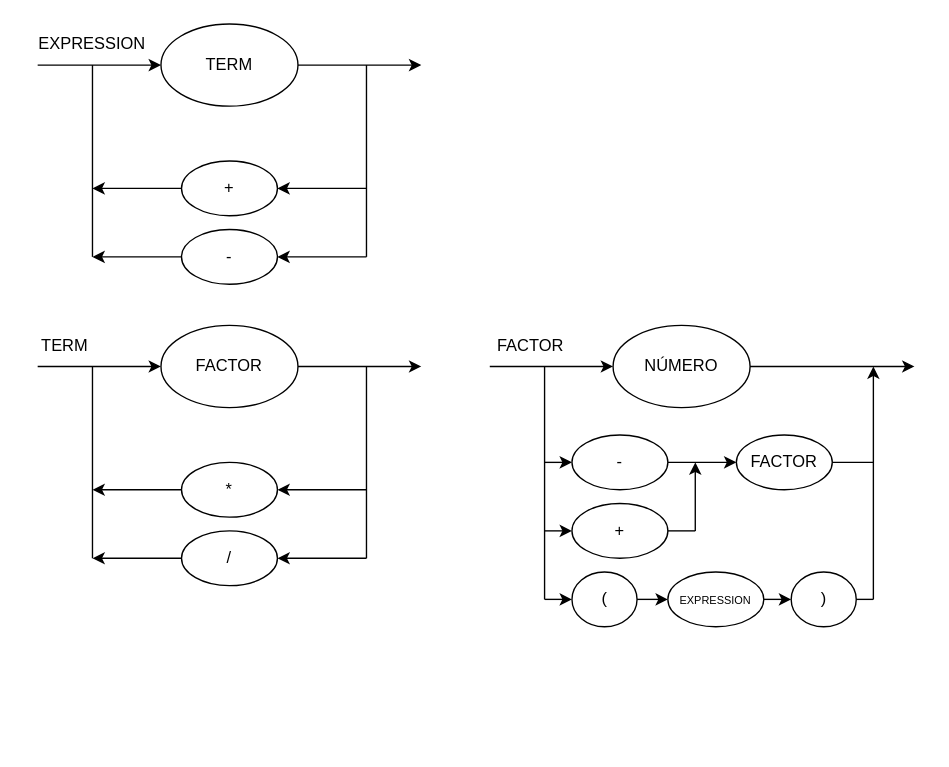
guishas/compilador-logcomp keeps this draw.io diagram as diagrama.drawio. Above is the earlier version. Source tidied: cells renumbered, new cells numbered last; positions are measured from the earlier drawing's top-left corner, leaving out a move shared by most shapes. Both pictures are drawn from the tidied source at 137%, with x=0, y=0 at pixel (23, 23).
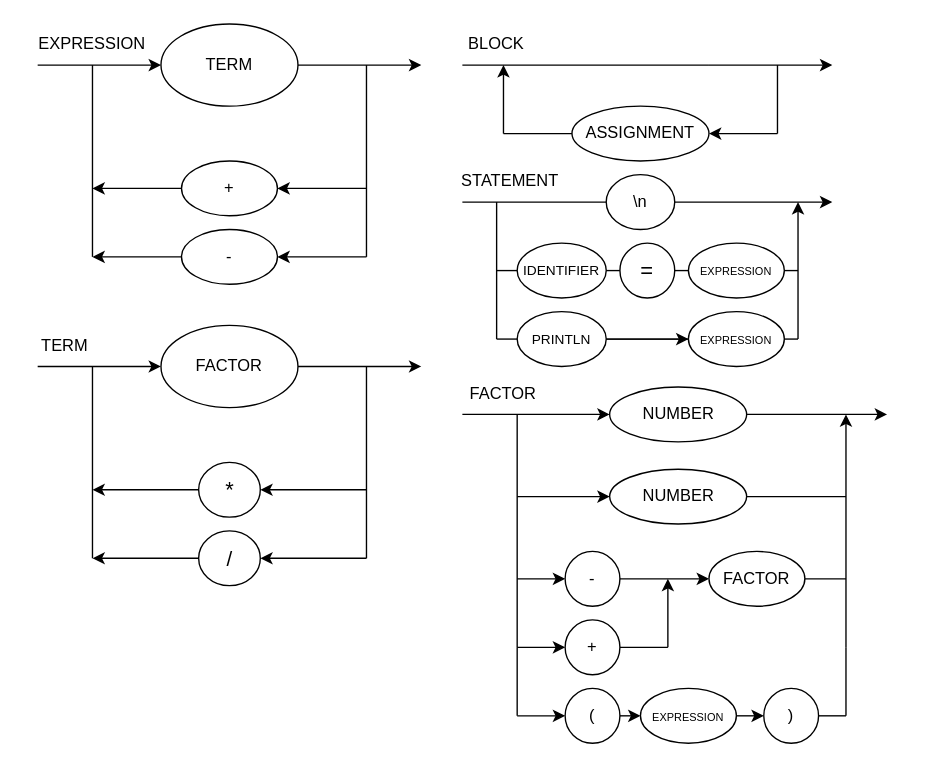
Above is the later version.

The edit, as a diff of the source:
```diff
@@
-    <mxCell id="16" value="*" style="ellipse;whiteSpace=wrap;html=1;" parent="1" vertex="1">
-      <mxGeometry x="115" y="320" width="70" height="40" as="geometry" />
+    <mxCell id="16" value="&lt;font style=&quot;font-size: 16px;&quot;&gt;*&lt;/font&gt;" style="ellipse;whiteSpace=wrap;html=1;" parent="1" vertex="1">
+      <mxGeometry x="127.5" y="320" width="45" height="40" as="geometry" />
     </mxCell>
@@
-    <mxCell id="18" value="/" style="ellipse;whiteSpace=wrap;html=1;" parent="1" vertex="1">
-      <mxGeometry x="115" y="370" width="70" height="40" as="geometry" />
+    <mxCell id="18" value="&lt;font style=&quot;font-size: 15px;&quot;&gt;/&lt;/font&gt;" style="ellipse;whiteSpace=wrap;html=1;" parent="1" vertex="1">
+      <mxGeometry x="127.5" y="370" width="45" height="40" as="geometry" />
     </mxCell>
@@
-    <mxCell id="26" value="NÚMERO" style="ellipse;whiteSpace=wrap;html=1;" parent="1" vertex="1">
-      <mxGeometry x="430" y="220" width="100" height="60" as="geometry" />
+    <mxCell id="26" value="NUMBER" style="ellipse;whiteSpace=wrap;html=1;" parent="1" vertex="1">
+      <mxGeometry x="427.5" y="265" width="100" height="40" as="geometry" />
     </mxCell>
     <mxCell id="27" style="endArrow=classic;html=1;rounded=0;exitX=1;exitY=0.5;exitDx=0;exitDy=0;" parent="1" edge="1" source="26">
       <mxGeometry relative="1" as="geometry">
-        <mxPoint x="650" y="250" as="targetPoint" />
+        <mxPoint x="630" y="285" as="targetPoint" />
       </mxGeometry>
     </mxCell>
     <mxCell id="28" style="endArrow=classic;html=1;rounded=0;entryX=0;entryY=0.5;entryDx=0;entryDy=0;" parent="1" edge="1" target="26">
       <mxGeometry relative="1" as="geometry">
-        <mxPoint x="340" y="250" as="sourcePoint" />
+        <mxPoint x="320" y="285" as="sourcePoint" />
       </mxGeometry>
     </mxCell>
     <mxCell id="29" style="endArrow=none;html=1;rounded=0;" parent="1" edge="1">
       <mxGeometry relative="1" as="geometry">
-        <mxPoint x="380" y="420" as="sourcePoint" />
-        <mxPoint x="380" y="250" as="targetPoint" />
+        <mxPoint x="360" y="455" as="sourcePoint" />
+        <mxPoint x="360" y="285" as="targetPoint" />
       </mxGeometry>
     </mxCell>
     <mxCell id="30" value="FACTOR" style="text;html=1;strokeColor=none;fillColor=none;align=center;verticalAlign=middle;whiteSpace=wrap;rounded=0;" parent="1" vertex="1">
-      <mxGeometry x="340" y="220" width="60" height="30" as="geometry" />
+      <mxGeometry x="320" y="255" width="60" height="30" as="geometry" />
     </mxCell>
     <mxCell id="31" value="-" style="ellipse;whiteSpace=wrap;html=1;" parent="1" vertex="1">
-      <mxGeometry x="400" y="300" width="70" height="40" as="geometry" />
+      <mxGeometry x="395" y="385" width="40" height="40" as="geometry" />
     </mxCell>
     <mxCell id="32" value="+" style="ellipse;whiteSpace=wrap;html=1;" parent="1" vertex="1">
-      <mxGeometry x="400" y="350" width="70" height="40" as="geometry" />
+      <mxGeometry x="395" y="435" width="40" height="40" as="geometry" />
     </mxCell>
     <mxCell id="33" style="endArrow=classic;html=1;rounded=0;entryX=0;entryY=0.5;entryDx=0;entryDy=0;" parent="1" edge="1" target="31">
       <mxGeometry relative="1" as="geometry">
-        <mxPoint x="380" y="320" as="sourcePoint" />
+        <mxPoint x="360" y="405" as="sourcePoint" />
       </mxGeometry>
     </mxCell>
     <mxCell id="34" style="endArrow=classic;html=1;rounded=0;entryX=0;entryY=0.5;entryDx=0;entryDy=0;" parent="1" edge="1" target="32">
       <mxGeometry relative="1" as="geometry">
-        <mxPoint x="380" y="370" as="sourcePoint" />
+        <mxPoint x="360" y="455" as="sourcePoint" />
       </mxGeometry>
     </mxCell>
     <mxCell id="35" style="endArrow=classic;html=1;rounded=0;exitX=1;exitY=0.5;exitDx=0;exitDy=0;" parent="1" edge="1" source="31">
       <mxGeometry relative="1" as="geometry">
-        <mxPoint x="520" y="320" as="targetPoint" />
+        <mxPoint x="500" y="405" as="targetPoint" />
       </mxGeometry>
     </mxCell>
     <mxCell id="36" style="endArrow=none;html=1;rounded=0;entryX=1;entryY=0.5;entryDx=0;entryDy=0;" parent="1" edge="1" target="32">
       <mxGeometry relative="1" as="geometry">
-        <mxPoint x="490" y="370" as="sourcePoint" />
+        <mxPoint x="470" y="455" as="sourcePoint" />
       </mxGeometry>
     </mxCell>
     <mxCell id="37" style="endArrow=classic;html=1;rounded=0;" parent="1" edge="1">
       <mxGeometry relative="1" as="geometry">
-        <mxPoint x="490" y="370" as="sourcePoint" />
-        <mxPoint x="490" y="320" as="targetPoint" />
+        <mxPoint x="470" y="455" as="sourcePoint" />
+        <mxPoint x="470" y="405" as="targetPoint" />
       </mxGeometry>
     </mxCell>
     <mxCell id="38" value="FACTOR" style="ellipse;whiteSpace=wrap;html=1;" parent="1" vertex="1">
-      <mxGeometry x="520" y="300" width="70" height="40" as="geometry" />
+      <mxGeometry x="500" y="385" width="70" height="40" as="geometry" />
     </mxCell>
     <mxCell id="39" style="endArrow=none;html=1;rounded=0;entryX=1;entryY=0.5;entryDx=0;entryDy=0;" parent="1" edge="1" target="38">
       <mxGeometry relative="1" as="geometry">
-        <mxPoint x="620" y="320" as="sourcePoint" />
+        <mxPoint x="600" y="405" as="sourcePoint" />
       </mxGeometry>
     </mxCell>
     <mxCell id="40" value="(" style="ellipse;whiteSpace=wrap;html=1;" parent="1" vertex="1">
-      <mxGeometry x="400" y="400" width="47.5" height="40" as="geometry" />
+      <mxGeometry x="395" y="485" width="40" height="40" as="geometry" />
     </mxCell>
     <mxCell id="41" style="endArrow=classic;html=1;rounded=0;entryX=0;entryY=0.5;entryDx=0;entryDy=0;" parent="1" edge="1" target="40">
       <mxGeometry relative="1" as="geometry">
-        <mxPoint x="380" y="420" as="sourcePoint" />
+        <mxPoint x="360" y="505" as="sourcePoint" />
       </mxGeometry>
     </mxCell>
@@
     <mxCell id="43" value="&lt;font style=&quot;font-size: 8px;&quot;&gt;EXPRESSION&lt;/font&gt;" style="ellipse;whiteSpace=wrap;html=1;" parent="1" vertex="1">
-      <mxGeometry x="470" y="400" width="70" height="40" as="geometry" />
+      <mxGeometry x="450" y="485" width="70" height="40" as="geometry" />
     </mxCell>
@@
     <mxCell id="45" value=")" style="ellipse;whiteSpace=wrap;html=1;" parent="1" vertex="1">
-      <mxGeometry x="560" y="400" width="47.5" height="40" as="geometry" />
+      <mxGeometry x="540" y="485" width="40" height="40" as="geometry" />
     </mxCell>
     <mxCell id="46" style="endArrow=none;html=1;rounded=0;entryX=1;entryY=0.5;entryDx=0;entryDy=0;" parent="1" edge="1" target="45">
       <mxGeometry relative="1" as="geometry">
-        <mxPoint x="620" y="420" as="sourcePoint" />
+        <mxPoint x="600" y="505" as="sourcePoint" />
       </mxGeometry>
     </mxCell>
     <mxCell id="47" style="endArrow=classic;html=1;rounded=0;" parent="1" edge="1">
       <mxGeometry relative="1" as="geometry">
-        <mxPoint x="620" y="420" as="sourcePoint" />
-        <mxPoint x="620" y="250" as="targetPoint" />
+        <mxPoint x="600" y="455" as="sourcePoint" />
+        <mxPoint x="600" y="285" as="targetPoint" />
       </mxGeometry>
     </mxCell>
+    <mxCell id="48" style="endArrow=none;html=1;rounded=0;" parent="1" edge="1">
+      <mxGeometry relative="1" as="geometry">
+        <mxPoint x="360" y="505" as="sourcePoint" />
+        <mxPoint x="360" y="455" as="targetPoint" />
+      </mxGeometry>
+    </mxCell>
+    <mxCell id="49" style="endArrow=none;html=1;rounded=0;" parent="1" edge="1">
+      <mxGeometry relative="1" as="geometry">
+        <mxPoint x="600" y="455" as="sourcePoint" />
+        <mxPoint x="600" y="505" as="targetPoint" />
+      </mxGeometry>
+    </mxCell>
+    <mxCell id="50" value="NUMBER" style="ellipse;whiteSpace=wrap;html=1;" parent="1" vertex="1">
+      <mxGeometry x="427.5" y="325" width="100" height="40" as="geometry" />
+    </mxCell>
+    <mxCell id="51" style="endArrow=classic;html=1;rounded=0;entryX=0;entryY=0.5;entryDx=0;entryDy=0;" parent="1" edge="1" target="50">
+      <mxGeometry relative="1" as="geometry">
+        <mxPoint x="360" y="345" as="sourcePoint" />
+      </mxGeometry>
+    </mxCell>
+    <mxCell id="52" style="endArrow=none;html=1;rounded=0;entryX=1;entryY=0.5;entryDx=0;entryDy=0;" parent="1" edge="1" target="50">
+      <mxGeometry relative="1" as="geometry">
+        <mxPoint x="600" y="345" as="sourcePoint" />
+      </mxGeometry>
+    </mxCell>
+    <mxCell id="53" style="endArrow=classic;html=1;rounded=0;exitX=1;exitY=0.5;exitDx=0;exitDy=0;" parent="1" edge="1">
+      <mxGeometry relative="1" as="geometry">
+        <mxPoint x="500" y="30" as="sourcePoint" />
+        <mxPoint x="590" y="30" as="targetPoint" />
+      </mxGeometry>
+    </mxCell>
+    <mxCell id="54" style="endArrow=classic;html=1;rounded=0;entryX=1;entryY=0.5;entryDx=0;entryDy=0;" parent="1" edge="1" target="55">
+      <mxGeometry relative="1" as="geometry">
+        <mxPoint x="550" y="80" as="sourcePoint" />
+      </mxGeometry>
+    </mxCell>
+    <mxCell id="55" value="ASSIGNMENT" style="ellipse;whiteSpace=wrap;html=1;" parent="1" vertex="1">
+      <mxGeometry x="400" y="60" width="100" height="40" as="geometry" />
+    </mxCell>
+    <mxCell id="56" style="endArrow=none;html=1;rounded=0;" parent="1" edge="1">
+      <mxGeometry relative="1" as="geometry">
+        <mxPoint x="550" y="80" as="sourcePoint" />
+        <mxPoint x="550" y="30" as="targetPoint" />
+      </mxGeometry>
+    </mxCell>
+    <mxCell id="57" style="endArrow=none;html=1;rounded=0;exitX=0;exitY=0.5;exitDx=0;exitDy=0;" parent="1" edge="1" source="55">
+      <mxGeometry relative="1" as="geometry">
+        <mxPoint x="350" y="80" as="targetPoint" />
+      </mxGeometry>
+    </mxCell>
+    <mxCell id="58" value="BLOCK" style="text;html=1;strokeColor=none;fillColor=none;align=center;verticalAlign=middle;whiteSpace=wrap;rounded=0;" parent="1" vertex="1">
+      <mxGeometry x="315" width="60" height="30" as="geometry" />
+    </mxCell>
+    <mxCell id="59" style="endArrow=none;html=1;rounded=0;" parent="1" edge="1">
+      <mxGeometry relative="1" as="geometry">
+        <mxPoint x="500" y="30" as="sourcePoint" />
+        <mxPoint x="320" y="30" as="targetPoint" />
+      </mxGeometry>
+    </mxCell>
+    <mxCell id="60" style="endArrow=classic;html=1;rounded=0;" parent="1" edge="1">
+      <mxGeometry relative="1" as="geometry">
+        <mxPoint x="350" y="80" as="sourcePoint" />
+        <mxPoint x="350" y="30" as="targetPoint" />
+      </mxGeometry>
+    </mxCell>
+    <mxCell id="61" style="endArrow=classic;html=1;rounded=0;exitX=1;exitY=0.5;exitDx=0;exitDy=0;" parent="1" edge="1" source="66">
+      <mxGeometry relative="1" as="geometry">
+        <mxPoint x="590" y="130" as="targetPoint" />
+      </mxGeometry>
+    </mxCell>
+    <mxCell id="62" value="&lt;font style=&quot;font-size: 10px;&quot;&gt;IDENTIFIER&lt;/font&gt;" style="ellipse;whiteSpace=wrap;html=1;" parent="1" vertex="1">
+      <mxGeometry x="360" y="160" width="65" height="40" as="geometry" />
+    </mxCell>
+    <mxCell id="63" style="endArrow=none;html=1;rounded=0;exitX=0;exitY=0.5;exitDx=0;exitDy=0;" parent="1" edge="1" source="62">
+      <mxGeometry relative="1" as="geometry">
+        <mxPoint x="345" y="180" as="targetPoint" />
+      </mxGeometry>
+    </mxCell>
+    <mxCell id="64" style="endArrow=none;html=1;rounded=0;exitX=0;exitY=0.5;exitDx=0;exitDy=0;" parent="1" edge="1" source="66">
+      <mxGeometry relative="1" as="geometry">
+        <mxPoint x="320" y="130" as="targetPoint" />
+      </mxGeometry>
+    </mxCell>
+    <mxCell id="65" value="STATEMENT" style="text;html=1;strokeColor=none;fillColor=none;align=center;verticalAlign=middle;whiteSpace=wrap;rounded=0;" parent="1" vertex="1">
+      <mxGeometry x="325" y="100" width="60" height="30" as="geometry" />
+    </mxCell>
+    <mxCell id="66" value="\n" style="ellipse;whiteSpace=wrap;html=1;" parent="1" vertex="1">
+      <mxGeometry x="425" y="110" width="50" height="40" as="geometry" />
+    </mxCell>
+    <mxCell id="67" style="endArrow=none;html=1;rounded=0;" parent="1" edge="1">
+      <mxGeometry relative="1" as="geometry">
+        <mxPoint x="345" y="230" as="sourcePoint" />
+        <mxPoint x="345" y="130" as="targetPoint" />
+      </mxGeometry>
+    </mxCell>
+    <mxCell id="68" value="&lt;font style=&quot;&quot;&gt;&lt;font style=&quot;font-size: 16px;&quot;&gt;=&lt;/font&gt;&lt;br&gt;&lt;/font&gt;" style="ellipse;whiteSpace=wrap;html=1;" parent="1" vertex="1">
+      <mxGeometry x="435" y="160" width="40" height="40" as="geometry" />
+    </mxCell>
+    <mxCell id="69" style="endArrow=none;html=1;rounded=0;exitX=0;exitY=0.5;exitDx=0;exitDy=0;entryX=1;entryY=0.5;entryDx=0;entryDy=0;" parent="1" edge="1" source="68" target="62">
+      <mxGeometry relative="1" as="geometry" />
+    </mxCell>
+    <mxCell id="70" value="&lt;font style=&quot;font-size: 8px;&quot;&gt;EXPRESSION&lt;/font&gt;" style="ellipse;whiteSpace=wrap;html=1;" parent="1" vertex="1">
+      <mxGeometry x="485" y="160" width="70" height="40" as="geometry" />
+    </mxCell>
+    <mxCell id="71" style="endArrow=none;html=1;rounded=0;exitX=0;exitY=0.5;exitDx=0;exitDy=0;entryX=1;entryY=0.5;entryDx=0;entryDy=0;" parent="1" edge="1" source="70" target="68">
+      <mxGeometry relative="1" as="geometry" />
+    </mxCell>
+    <mxCell id="72" style="endArrow=classic;html=1;rounded=0;" parent="1" edge="1">
+      <mxGeometry relative="1" as="geometry">
+        <mxPoint x="565" y="230" as="sourcePoint" />
+        <mxPoint x="565" y="130" as="targetPoint" />
+      </mxGeometry>
+    </mxCell>
+    <mxCell id="73" style="endArrow=none;html=1;rounded=0;entryX=1;entryY=0.5;entryDx=0;entryDy=0;" parent="1" edge="1" target="70">
+      <mxGeometry relative="1" as="geometry">
+        <mxPoint x="565" y="180" as="sourcePoint" />
+      </mxGeometry>
+    </mxCell>
+    <mxCell id="74" style="edgeStyle=orthogonalEdgeStyle;rounded=0;jettySize=auto;html=1;" parent="1" edge="1" source="75" target="78">
+      <mxGeometry relative="1" as="geometry" />
+    </mxCell>
+    <mxCell id="75" value="&lt;font style=&quot;font-size: 10px;&quot;&gt;PRINTLN&lt;/font&gt;" style="ellipse;whiteSpace=wrap;html=1;" parent="1" vertex="1">
+      <mxGeometry x="360" y="210" width="65" height="40" as="geometry" />
+    </mxCell>
+    <mxCell id="76" style="endArrow=none;html=1;rounded=0;exitX=0;exitY=0.5;exitDx=0;exitDy=0;" parent="1" edge="1" source="75">
+      <mxGeometry relative="1" as="geometry">
+        <mxPoint x="345" y="230" as="targetPoint" />
+      </mxGeometry>
+    </mxCell>
+    <mxCell id="77" style="endArrow=none;html=1;rounded=0;entryX=1;entryY=0.5;entryDx=0;entryDy=0;" parent="1" edge="1" target="75">
+      <mxGeometry relative="1" as="geometry">
+        <mxPoint x="485" y="230" as="sourcePoint" />
+      </mxGeometry>
+    </mxCell>
+    <mxCell id="78" value="&lt;font style=&quot;font-size: 8px;&quot;&gt;EXPRESSION&lt;/font&gt;" style="ellipse;whiteSpace=wrap;html=1;" parent="1" vertex="1">
+      <mxGeometry x="485" y="210" width="70" height="40" as="geometry" />
+    </mxCell>
+    <mxCell id="79" style="endArrow=none;html=1;rounded=0;entryX=1;entryY=0.5;entryDx=0;entryDy=0;" parent="1" edge="1" target="78">
+      <mxGeometry relative="1" as="geometry">
+        <mxPoint x="565" y="230" as="sourcePoint" />
+      </mxGeometry>
+    </mxCell>
```
